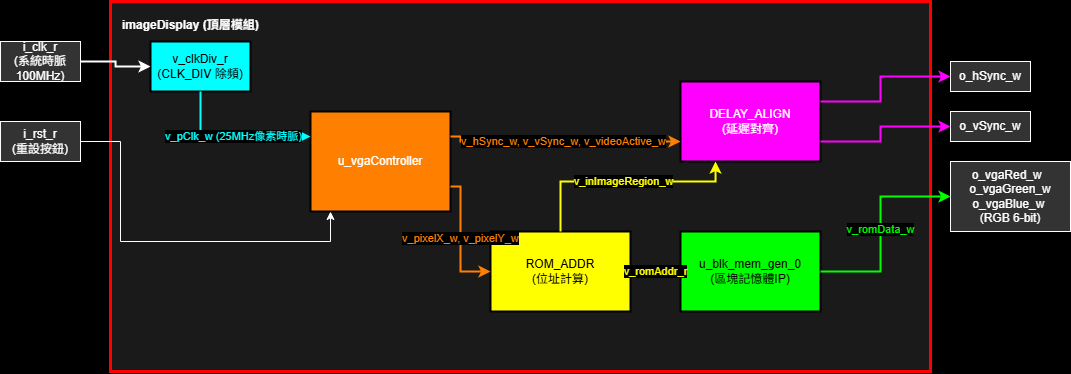
The draw.io diagram 7/img/architecture.png in gordonpow/lab_hardware_test, before a commit. Source tidied: cells renumbered, new cells last; positions are measured from the earlier drawing's top-left corner, leaving out a move shared by most shapes.
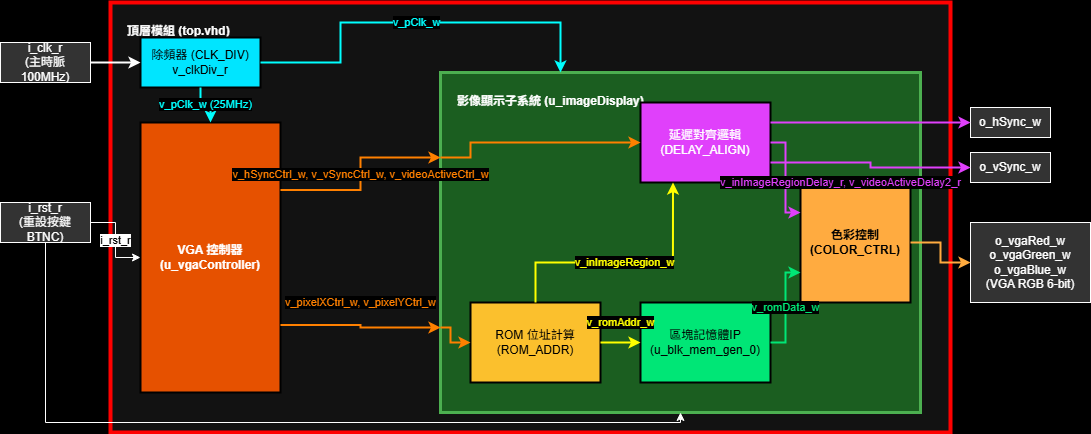
After the change.

What changed in the source:
```diff
@@ -2,108 +2,141 @@
   <root>
     <mxCell id="0" />
     <mxCell id="1" parent="0" />
-    <mxCell id="2" value="imageDisplay (頂層模組)" style="rounded=0;whiteSpace=wrap;html=1;fillColor=#1a1a1a;strokeColor=#FF0000;strokeWidth=3;fontColor=#FFFFFF;align=left;verticalAlign=top;spacingLeft=10;spacingTop=10;fontStyle=1;" parent="1" vertex="1">
-      <mxGeometry x="110" width="820" height="370" as="geometry" />
-    </mxCell>
+    <mxCell id="23" value="頂層模組 (top.vhd)" style="rounded=0;whiteSpace=wrap;html=1;fillColor=#121212;strokeColor=#FF0000;strokeWidth=4;fontColor=#FFFFFF;align=left;verticalAlign=top;spacingLeft=15;spacingTop=15;fontStyle=1;" parent="1" vertex="1">
+      <mxGeometry x="110" width="840" height="430" as="geometry" />
+    </mxCell>
-    <mxCell id="3" value="i_clk_r&#10;(系統時脈 100MHz)" style="rounded=0;whiteSpace=wrap;html=1;fillColor=#333333;strokeColor=#FFFFFF;fontColor=#FFFFFF;" parent="1" vertex="1">
-      <mxGeometry y="40" width="80" height="40" as="geometry" />
+    <mxCell id="3" value="i_clk_r&#10;(主時脈 100MHz)" style="rounded=0;whiteSpace=wrap;html=1;fillColor=#333333;strokeColor=#FFFFFF;fontColor=#FFFFFF;" parent="1" vertex="1">
+      <mxGeometry y="40" width="90" height="40" as="geometry" />
     </mxCell>
-    <mxCell id="4" value="i_rst_r&#10;(重設按鈕)" style="rounded=0;whiteSpace=wrap;html=1;fillColor=#333333;strokeColor=#FFFFFF;fontColor=#FFFFFF;" parent="1" vertex="1">
-      <mxGeometry y="120" width="80" height="40" as="geometry" />
+    <mxCell id="4" value="i_rst_r&#10;(重設按鍵 BTNC)" style="rounded=0;whiteSpace=wrap;html=1;fillColor=#333333;strokeColor=#FFFFFF;fontColor=#FFFFFF;" parent="1" vertex="1">
+      <mxGeometry y="200" width="90" height="40" as="geometry" />
     </mxCell>
-    <mxCell id="5" value="v_clkDiv_r&#10;(CLK_DIV 除頻)" style="rounded=0;whiteSpace=wrap;html=1;fillColor=#00FFFF;strokeColor=#000000;strokeWidth=2;fontColor=#000000;" parent="1" vertex="1">
-      <mxGeometry x="150" y="40" width="100" height="50" as="geometry" />
+    <mxCell id="5" value="除頻器 (CLK_DIV)&#10;v_clkDiv_r" style="rounded=0;whiteSpace=wrap;html=1;fillColor=#00E5FF;strokeColor=#000000;strokeWidth=2;fontColor=#000000;" parent="1" vertex="1">
+      <mxGeometry x="140" y="35" width="120" height="50" as="geometry" />
     </mxCell>
-    <mxCell id="6" value="u_vgaController" style="rounded=0;whiteSpace=wrap;html=1;fillColor=#FF8000;strokeColor=#000000;strokeWidth=2;fontColor=#FFFFFF;" parent="1" vertex="1">
-      <mxGeometry x="310" y="110" width="140" height="100" as="geometry" />
+    <mxCell id="6" value="VGA 控制器&#10;(u_vgaController)" style="rounded=0;whiteSpace=wrap;html=1;fillColor=#E65100;strokeColor=#000000;strokeWidth=2;fontColor=#FFFFFF;fontStyle=1;" parent="1" vertex="1">
+      <mxGeometry x="140" y="120" width="140" height="270" as="geometry" />
     </mxCell>
-    <mxCell id="7" value="ROM_ADDR&#10;(位址計算)" style="rounded=0;whiteSpace=wrap;html=1;fillColor=#FFFF00;strokeColor=#000000;strokeWidth=2;fontColor=#000000;" parent="1" vertex="1">
-      <mxGeometry x="490" y="230" width="140" height="80" as="geometry" />
-    </mxCell>
-    <mxCell id="8" value="u_blk_mem_gen_0&#10;(區塊記憶體IP)" style="rounded=0;whiteSpace=wrap;html=1;fillColor=#00FF00;strokeColor=#000000;strokeWidth=2;fontColor=#000000;" parent="1" vertex="1">
-      <mxGeometry x="680" y="230" width="140" height="80" as="geometry" />
-    </mxCell>
-    <mxCell id="9" value="DELAY_ALIGN&#10;(延遲對齊)" style="rounded=0;whiteSpace=wrap;html=1;fillColor=#FF00FF;strokeColor=#000000;strokeWidth=2;fontColor=#FFFFFF;" parent="1" vertex="1">
-      <mxGeometry x="680" y="80" width="140" height="80" as="geometry" />
-    </mxCell>
+    <mxCell id="24" value="影像顯示子系統 (u_imageDisplay)" style="rounded=0;whiteSpace=wrap;html=1;fillColor=#1B5E20;strokeColor=#4CAF50;strokeWidth=3;fontColor=#FFFFFF;align=left;verticalAlign=top;spacingLeft=15;spacingTop=15;fontStyle=1;" parent="1" vertex="1">
+      <mxGeometry x="440" y="70" width="480" height="340" as="geometry" />
+    </mxCell>
+    <mxCell id="25" value="ROM 位址計算&#10;(ROM_ADDR)" style="rounded=0;whiteSpace=wrap;html=1;fillColor=#FBC02D;strokeColor=#000000;strokeWidth=2;fontColor=#000000;" parent="1" vertex="1">
+      <mxGeometry x="470" y="300" width="130" height="80" as="geometry" />
+    </mxCell>
+    <mxCell id="26" value="區塊記憶體IP&#10;(u_blk_mem_gen_0)" style="rounded=0;whiteSpace=wrap;html=1;fillColor=#00E676;strokeColor=#000000;strokeWidth=2;fontColor=#000000;" parent="1" vertex="1">
+      <mxGeometry x="640" y="300" width="130" height="80" as="geometry" />
+    </mxCell>
+    <mxCell id="27" value="延遲對齊邏輯&#10;(DELAY_ALIGN)" style="rounded=0;whiteSpace=wrap;html=1;fillColor=#E040FB;strokeColor=#000000;strokeWidth=2;fontColor=#FFFFFF;" parent="1" vertex="1">
+      <mxGeometry x="640" y="100" width="130" height="80" as="geometry" />
+    </mxCell>
+    <mxCell id="28" value="色彩控制&#10;(COLOR_CTRL)" style="rounded=0;whiteSpace=wrap;html=1;fillColor=#FFAB40;strokeColor=#000000;strokeWidth=2;fontColor=#000000;fontStyle=1;" parent="1" vertex="1">
+      <mxGeometry x="800" y="180" width="110" height="120" as="geometry" />
+    </mxCell>
     <mxCell id="10" value="o_hSync_w" style="rounded=0;whiteSpace=wrap;html=1;fillColor=#333333;strokeColor=#FFFFFF;fontColor=#FFFFFF;" parent="1" vertex="1">
-      <mxGeometry x="950" y="60" width="80" height="30" as="geometry" />
+      <mxGeometry x="970" y="105" width="80" height="30" as="geometry" />
     </mxCell>
     <mxCell id="11" value="o_vSync_w" style="rounded=0;whiteSpace=wrap;html=1;fillColor=#333333;strokeColor=#FFFFFF;fontColor=#FFFFFF;" parent="1" vertex="1">
-      <mxGeometry x="950" y="110" width="80" height="30" as="geometry" />
+      <mxGeometry x="970" y="150" width="80" height="30" as="geometry" />
     </mxCell>
-    <mxCell id="12" value="&lt;div&gt;o_vgaRed_w&amp;nbsp;&amp;nbsp;&lt;/div&gt;&lt;div&gt;o_vgaGreen_w&lt;/div&gt;&lt;div&gt;o_vgaBlue_w&amp;nbsp;&lt;/div&gt;(RGB 6-bit)" style="rounded=0;whiteSpace=wrap;html=1;fillColor=#333333;strokeColor=#FFFFFF;fontColor=#FFFFFF;" parent="1" vertex="1">
-      <mxGeometry x="950" y="160" width="120" height="70" as="geometry" />
+    <mxCell id="12" value="o_vgaRed_w&#10;o_vgaGreen_w&#10;o_vgaBlue_w&#10;(VGA RGB 6-bit)" style="rounded=0;whiteSpace=wrap;html=1;fillColor=#333333;strokeColor=#FFFFFF;fontColor=#FFFFFF;" parent="1" vertex="1">
+      <mxGeometry x="970" y="220" width="120" height="80" as="geometry" />
     </mxCell>
     <mxCell id="13" style="edgeStyle=orthogonalEdgeStyle;rounded=0;html=1;exitX=1;exitY=0.5;exitDx=0;exitDy=0;entryX=0;entryY=0.5;entryDx=0;entryDy=0;strokeColor=#FFFFFF;strokeWidth=2;" parent="1" edge="1" source="3" target="5">
       <mxGeometry relative="1" as="geometry" />
     </mxCell>
-    <mxCell id="14" value="v_pClk_w (25MHz像素時脈)" style="edgeStyle=orthogonalEdgeStyle;rounded=0;html=1;exitX=0.5;exitY=1;exitDx=0;exitDy=0;entryX=0;entryY=0.25;entryDx=0;entryDy=0;strokeColor=#00FFFF;strokeWidth=2;labelBackgroundColor=#000000;fontColor=#00FFFF;" parent="1" edge="1" source="5" target="6">
-      <mxGeometry relative="1" as="geometry">
-        <Array as="points">
-          <mxPoint x="200" y="135" />
-        </Array>
-      </mxGeometry>
+    <mxCell id="14" value="v_pClk_w (25MHz)" style="edgeStyle=orthogonalEdgeStyle;rounded=0;html=1;exitX=0.5;exitY=1;exitDx=0;exitDy=0;entryX=0.5;entryY=0;entryDx=0;entryDy=0;strokeColor=#00FFFF;strokeWidth=2;labelBackgroundColor=#000000;fontColor=#00FFFF;" parent="1" edge="1" source="5" target="6">
+      <mxGeometry relative="1" as="geometry" />
     </mxCell>
-    <mxCell id="15" value="v_pixelX_w, v_pixelY_w" style="edgeStyle=orthogonalEdgeStyle;rounded=0;html=1;exitX=1;exitY=0.75;exitDx=0;exitDy=0;entryX=0;entryY=0.5;entryDx=0;entryDy=0;strokeColor=#FF8000;strokeWidth=2;labelBackgroundColor=#000000;fontColor=#FF8000;" parent="1" edge="1" source="6" target="7">
-      <mxGeometry relative="1" as="geometry">
-        <Array as="points">
-          <mxPoint x="460" y="185" />
-          <mxPoint x="460" y="270" />
-        </Array>
-      </mxGeometry>
-    </mxCell>
-    <mxCell id="16" value="v_hSync_w, v_vSync_w, v_videoActive_w" style="edgeStyle=orthogonalEdgeStyle;rounded=0;html=1;exitX=1;exitY=0.25;exitDx=0;exitDy=0;entryX=0;entryY=0.75;entryDx=0;entryDy=0;strokeColor=#FF8000;strokeWidth=2;labelBackgroundColor=#000000;fontColor=#FF8000;" parent="1" edge="1" source="6" target="9">
-      <mxGeometry relative="1" as="geometry">
-        <Array as="points">
-          <mxPoint x="460" y="135" />
-          <mxPoint x="460" y="140" />
-        </Array>
-      </mxGeometry>
-    </mxCell>
-    <mxCell id="17" value="v_romAddr_r" style="edgeStyle=orthogonalEdgeStyle;rounded=0;html=1;exitX=1;exitY=0.5;exitDx=0;exitDy=0;entryX=0;entryY=0.5;entryDx=0;entryDy=0;strokeColor=#FFFF00;strokeWidth=2;labelBackgroundColor=#000000;fontColor=#FFFF00;" parent="1" edge="1" source="7" target="8">
-      <mxGeometry relative="1" as="geometry" />
-    </mxCell>
+    <mxCell id="29" value="v_pClk_w" style="edgeStyle=orthogonalEdgeStyle;rounded=0;html=1;exitX=1;exitY=0.5;exitDx=0;exitDy=0;entryX=0.25;entryY=0;entryDx=0;entryDy=0;strokeColor=#00FFFF;strokeWidth=2;labelBackgroundColor=#000000;fontColor=#00FFFF;" parent="1" edge="1" source="5" target="24">
+      <mxGeometry relative="1" as="geometry">
+        <Array as="points">
+          <mxPoint x="340" y="60" />
+          <mxPoint x="340" y="20" />
+          <mxPoint x="560" y="20" />
+        </Array>
+      </mxGeometry>
+    </mxCell>
+    <mxCell id="22" value="i_rst_r" style="edgeStyle=orthogonalEdgeStyle;rounded=0;html=1;exitX=1;exitY=0.5;exitDx=0;exitDy=0;entryX=0;entryY=0.5;entryDx=0;entryDy=0;strokeColor=#FFFFFF;strokeWidth=1;strokeDashArray=1 3;" parent="1" edge="1" source="4" target="6">
+      <mxGeometry relative="1" as="geometry" />
+    </mxCell>
+    <mxCell id="30" style="edgeStyle=orthogonalEdgeStyle;rounded=0;html=1;exitX=0.5;exitY=1;exitDx=0;exitDy=0;entryX=0.5;entryY=1;entryDx=0;entryDy=0;strokeColor=#FFFFFF;strokeWidth=1;strokeDashArray=1 3;" parent="1" edge="1" source="4" target="24">
+      <mxGeometry relative="1" as="geometry">
+        <Array as="points">
+          <mxPoint x="45" y="420" />
+          <mxPoint x="680" y="420" />
+        </Array>
+      </mxGeometry>
+    </mxCell>
+    <mxCell id="31" value="v_pixelXCtrl_w, v_pixelYCtrl_w" style="edgeStyle=orthogonalEdgeStyle;rounded=0;html=1;exitX=1;exitY=0.75;exitDx=0;exitDy=0;entryX=0;entryY=0.75;entryDx=0;entryDy=0;strokeColor=#FF8000;strokeWidth=2;labelBackgroundColor=#000000;fontColor=#FF8000;" parent="1" edge="1" source="6" target="24">
+      <mxGeometry x="-0.02" y="23" relative="1" as="geometry">
+        <mxPoint x="-23" y="-23" as="offset" />
+      </mxGeometry>
+    </mxCell>
+    <mxCell id="32" value="v_hSyncCtrl_w, v_vSyncCtrl_w, v_videoActiveCtrl_w" style="edgeStyle=orthogonalEdgeStyle;rounded=0;html=1;exitX=1;exitY=0.25;exitDx=0;exitDy=0;entryX=0;entryY=0.25;entryDx=0;entryDy=0;strokeColor=#FF8000;strokeWidth=2;labelBackgroundColor=#000000;fontColor=#FF8000;" parent="1" edge="1" source="6" target="24">
+      <mxGeometry relative="1" as="geometry" />
+    </mxCell>
+    <mxCell id="33" style="edgeStyle=orthogonalEdgeStyle;rounded=0;html=1;exitX=0;exitY=0.75;exitDx=0;exitDy=0;entryX=0;entryY=0.5;entryDx=0;entryDy=0;strokeColor=#FF8000;strokeWidth=2;" parent="1" edge="1" source="24" target="25">
+      <mxGeometry relative="1" as="geometry">
+        <Array as="points">
+          <mxPoint x="450" y="325" />
+          <mxPoint x="450" y="340" />
+        </Array>
+      </mxGeometry>
+    </mxCell>
+    <mxCell id="34" style="edgeStyle=orthogonalEdgeStyle;rounded=0;html=1;exitX=0;exitY=0.25;exitDx=0;exitDy=0;entryX=0;entryY=0.5;entryDx=0;entryDy=0;strokeColor=#FF8000;strokeWidth=2;" parent="1" edge="1" source="24" target="27">
+      <mxGeometry relative="1" as="geometry">
+        <Array as="points">
+          <mxPoint x="470" y="155" />
+          <mxPoint x="470" y="140" />
+        </Array>
+      </mxGeometry>
+    </mxCell>
+    <mxCell id="35" value="v_romAddr_w" style="edgeStyle=orthogonalEdgeStyle;rounded=0;html=1;exitX=1;exitY=0.5;exitDx=0;exitDy=0;entryX=0;entryY=0.5;entryDx=0;entryDy=0;strokeColor=#FFFF00;strokeWidth=2;labelBackgroundColor=#000000;fontColor=#FFFF00;" parent="1" edge="1" source="25" target="26">
+      <mxGeometry y="20" relative="1" as="geometry" />
+    </mxCell>
-    <mxCell id="18" value="v_inImageRegion_w" style="edgeStyle=orthogonalEdgeStyle;rounded=0;html=1;exitX=0.5;exitY=0;exitDx=0;exitDy=0;entryX=0.25;entryY=1;entryDx=0;entryDy=0;strokeColor=#FFFF00;strokeWidth=2;labelBackgroundColor=#000000;fontColor=#FFFF00;" parent="1" edge="1" source="7" target="9">
+    <mxCell id="18" value="v_inImageRegion_w" style="edgeStyle=orthogonalEdgeStyle;rounded=0;html=1;exitX=0.5;exitY=0;exitDx=0;exitDy=0;entryX=0.25;entryY=1;entryDx=0;entryDy=0;strokeColor=#FFFF00;strokeWidth=2;labelBackgroundColor=#000000;fontColor=#FFFF00;" parent="1" edge="1" source="25" target="27">
       <mxGeometry relative="1" as="geometry">
         <Array as="points">
-          <mxPoint x="560" y="180" />
-          <mxPoint x="715" y="180" />
+          <mxPoint x="535" y="260" />
+          <mxPoint x="672" y="260" />
         </Array>
       </mxGeometry>
     </mxCell>
-    <mxCell id="19" value="v_romData_w" style="edgeStyle=orthogonalEdgeStyle;rounded=0;html=1;exitX=1;exitY=0.5;exitDx=0;exitDy=0;entryX=0;entryY=0.5;entryDx=0;entryDy=0;strokeColor=#00FF00;strokeWidth=2;labelBackgroundColor=#000000;fontColor=#00FF00;" parent="1" edge="1" source="8" target="12">
+    <mxCell id="19" value="v_romData_w" style="edgeStyle=orthogonalEdgeStyle;rounded=0;html=1;exitX=1;exitY=0.5;exitDx=0;exitDy=0;entryX=0;entryY=0.75;entryDx=0;entryDy=0;strokeColor=#00E676;strokeWidth=2;labelBackgroundColor=#000000;fontColor=#00E676;" parent="1" edge="1" source="26" target="28">
       <mxGeometry relative="1" as="geometry">
         <Array as="points">
-          <mxPoint x="880" y="270" />
-          <mxPoint x="880" y="195" />
+          <mxPoint x="785" y="340" />
+          <mxPoint x="785" y="270" />
         </Array>
       </mxGeometry>
     </mxCell>
-    <mxCell id="20" style="edgeStyle=orthogonalEdgeStyle;rounded=0;html=1;exitX=1;exitY=0.25;exitDx=0;exitDy=0;entryX=0;entryY=0.5;entryDx=0;entryDy=0;strokeColor=#FF00FF;strokeWidth=2;" parent="1" edge="1" source="9" target="10">
-      <mxGeometry relative="1" as="geometry">
-        <Array as="points">
-          <mxPoint x="880" y="100" />
-          <mxPoint x="880" y="75" />
-        </Array>
-      </mxGeometry>
-    </mxCell>
-    <mxCell id="21" style="edgeStyle=orthogonalEdgeStyle;rounded=0;html=1;exitX=1;exitY=0.75;exitDx=0;exitDy=0;entryX=0;entryY=0.5;entryDx=0;entryDy=0;strokeColor=#FF00FF;strokeWidth=2;" parent="1" edge="1" source="9" target="11">
-      <mxGeometry relative="1" as="geometry">
-        <Array as="points">
-          <mxPoint x="880" y="140" />
-          <mxPoint x="880" y="125" />
-        </Array>
-      </mxGeometry>
-    </mxCell>
-    <mxCell id="22" style="edgeStyle=orthogonalEdgeStyle;rounded=0;html=1;exitX=1;exitY=0.5;exitDx=0;exitDy=0;entryX=0.15;entryY=1;entryDx=0;entryDy=0;strokeColor=#FFFFFF;strokeWidth=1;strokeDashArray=1 3;" parent="1" edge="1" source="4" target="6">
-      <mxGeometry relative="1" as="geometry">
-        <Array as="points">
-          <mxPoint x="120" y="140" />
-          <mxPoint x="120" y="240" />
-          <mxPoint x="330" y="240" />
-        </Array>
-      </mxGeometry>
-    </mxCell>
+    <mxCell id="36" value="v_inImageRegionDelay_r, v_videoActiveDelay2_r" style="edgeStyle=orthogonalEdgeStyle;rounded=0;html=1;exitX=1;exitY=0.5;exitDx=0;exitDy=0;entryX=0;entryY=0.25;entryDx=0;entryDy=0;strokeColor=#E040FB;strokeWidth=2;labelBackgroundColor=#000000;fontColor=#E040FB;" parent="1" edge="1" source="27" target="28">
+      <mxGeometry x="1" y="50" relative="1" as="geometry">
+        <Array as="points">
+          <mxPoint x="785" y="140" />
+          <mxPoint x="785" y="210" />
+        </Array>
+        <mxPoint x="40" y="20" as="offset" />
+      </mxGeometry>
+    </mxCell>
+    <mxCell id="37" style="edgeStyle=orthogonalEdgeStyle;rounded=0;html=1;exitX=1;exitY=0.5;exitDx=0;exitDy=0;entryX=0;entryY=0.5;entryDx=0;entryDy=0;strokeColor=#FFAB40;strokeWidth=2;labelBackgroundColor=#000000;fontColor=#FFAB40;" parent="1" edge="1" source="28" target="12">
+      <mxGeometry x="0.25" y="-20" relative="1" as="geometry" />
+    </mxCell>
+    <mxCell id="38" style="edgeStyle=orthogonalEdgeStyle;rounded=0;html=1;exitX=1;exitY=0.25;exitDx=0;exitDy=0;entryX=0;entryY=0.5;entryDx=0;entryDy=0;strokeColor=#E040FB;strokeWidth=2;" parent="1" edge="1" source="27" target="10">
+      <mxGeometry relative="1" as="geometry">
+        <Array as="points">
+          <mxPoint x="790" y="120" />
+          <mxPoint x="790" y="120" />
+        </Array>
+      </mxGeometry>
+    </mxCell>
+    <mxCell id="39" style="edgeStyle=orthogonalEdgeStyle;rounded=0;html=1;exitX=1;exitY=0.75;exitDx=0;exitDy=0;entryX=0;entryY=0.5;entryDx=0;entryDy=0;strokeColor=#E040FB;strokeWidth=2;" parent="1" edge="1" source="27" target="11">
+      <mxGeometry relative="1" as="geometry">
+        <Array as="points">
+          <mxPoint x="870" y="160" />
+          <mxPoint x="870" y="165" />
+        </Array>
+      </mxGeometry>
+    </mxCell>
   </root>
 </mxGraphModel>
```
